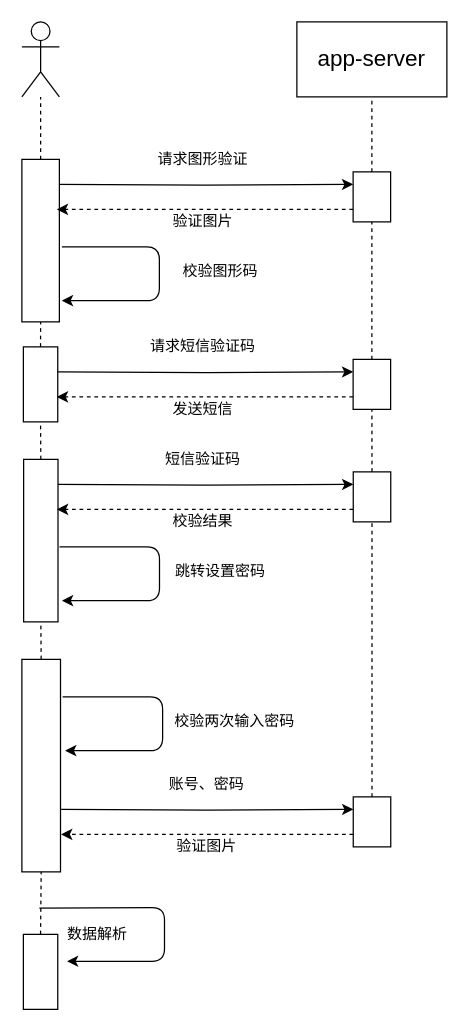
This is Untitled Diagram.drawio from guoliang0130/eidlinkapp_ReadCard, a draw.io file, before an edit. Source tidied: cells renumbered, new cells numbered last; positions are measured from the earlier drawing's top-left corner, leaving out a move shared by most shapes. Both pictures are drawn from the tidied source at 125%, with x=0, y=0 at pixel (21, 21).
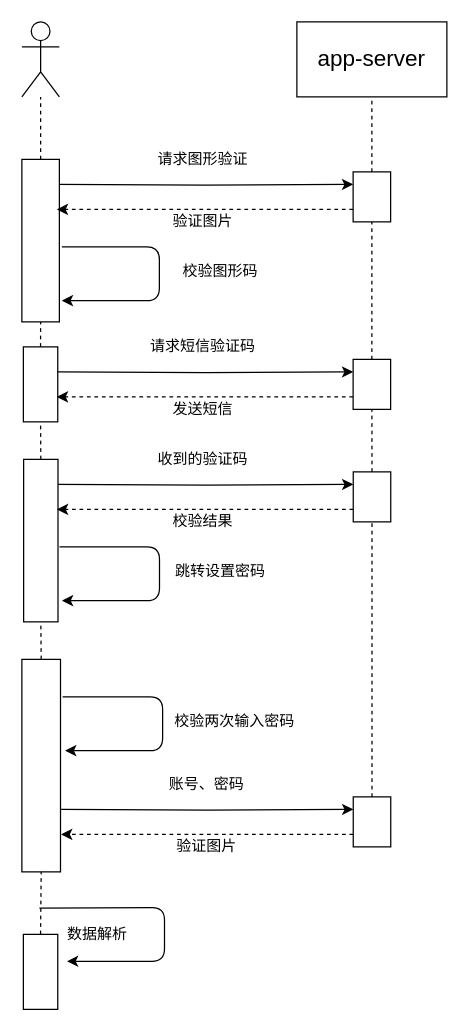
The same diagram, later.

What changed in the source:
```diff
@@
-    <mxCell id="28" value="短信验证码" style="text;html=1;strokeColor=none;fillColor=none;align=center;verticalAlign=middle;whiteSpace=wrap;rounded=0;" parent="1" vertex="1">
+    <mxCell id="28" value="收到的验证码" style="text;html=1;strokeColor=none;fillColor=none;align=center;verticalAlign=middle;whiteSpace=wrap;rounded=0;" parent="1" vertex="1">
       <mxGeometry x="100.1" y="340" width="90" height="20" as="geometry" />
     </mxCell>
```
